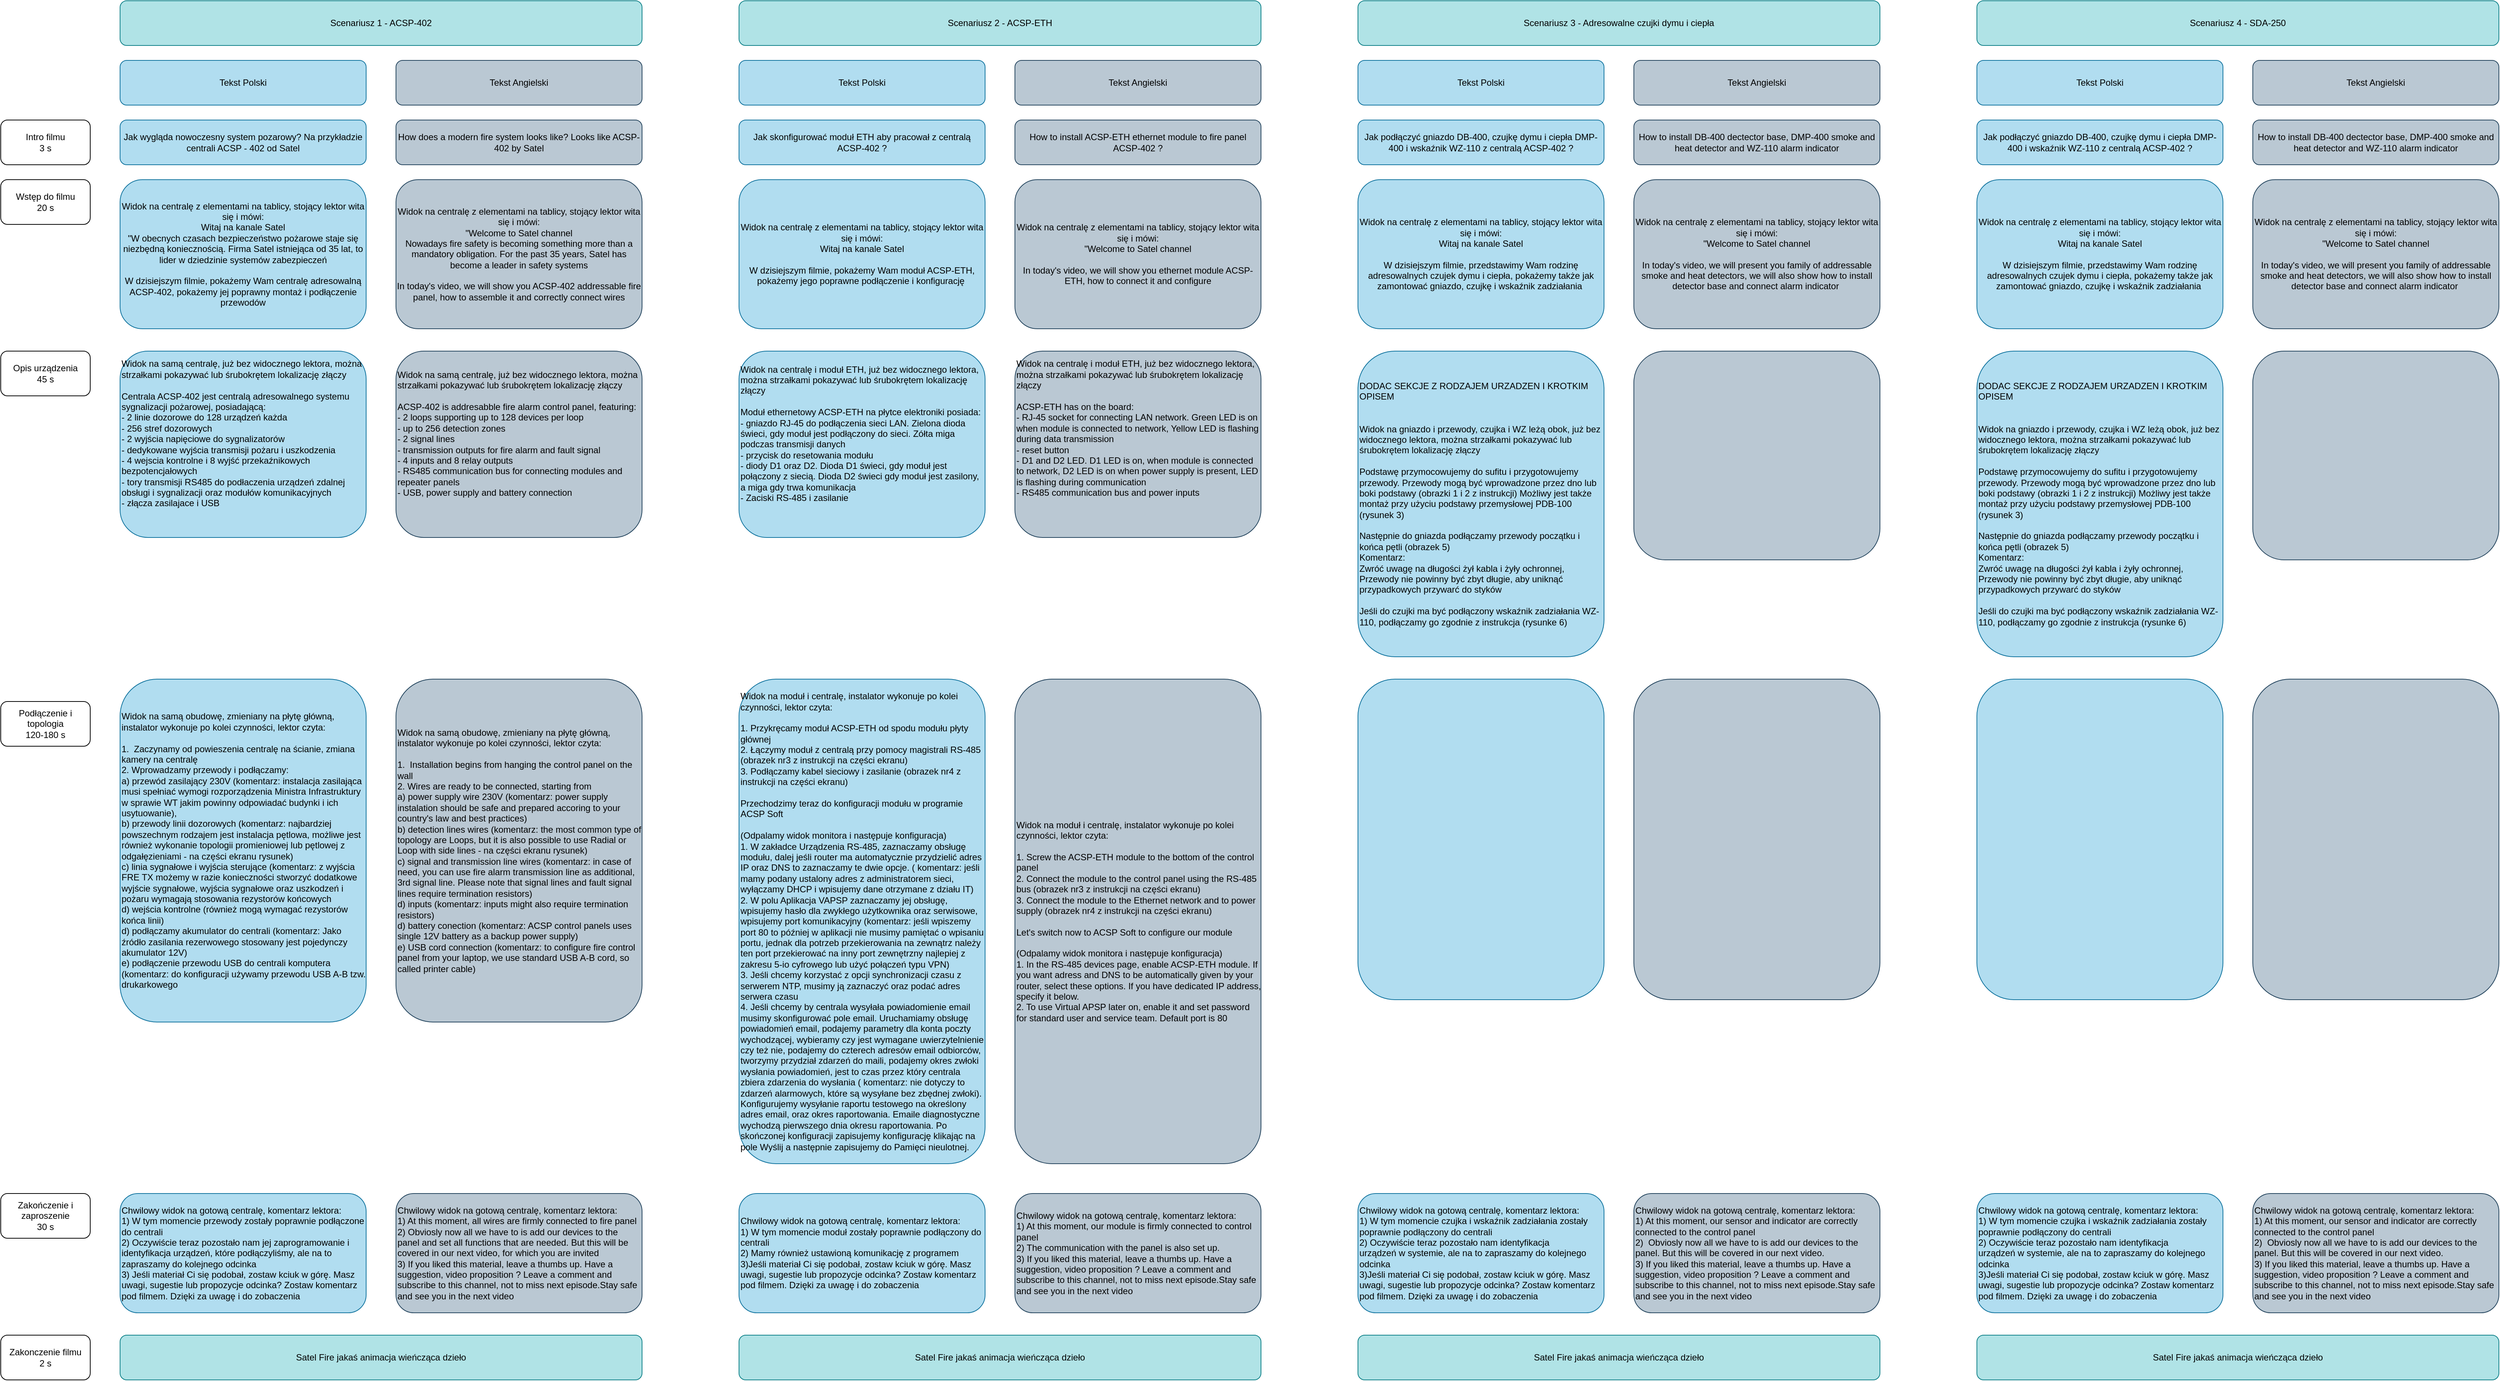
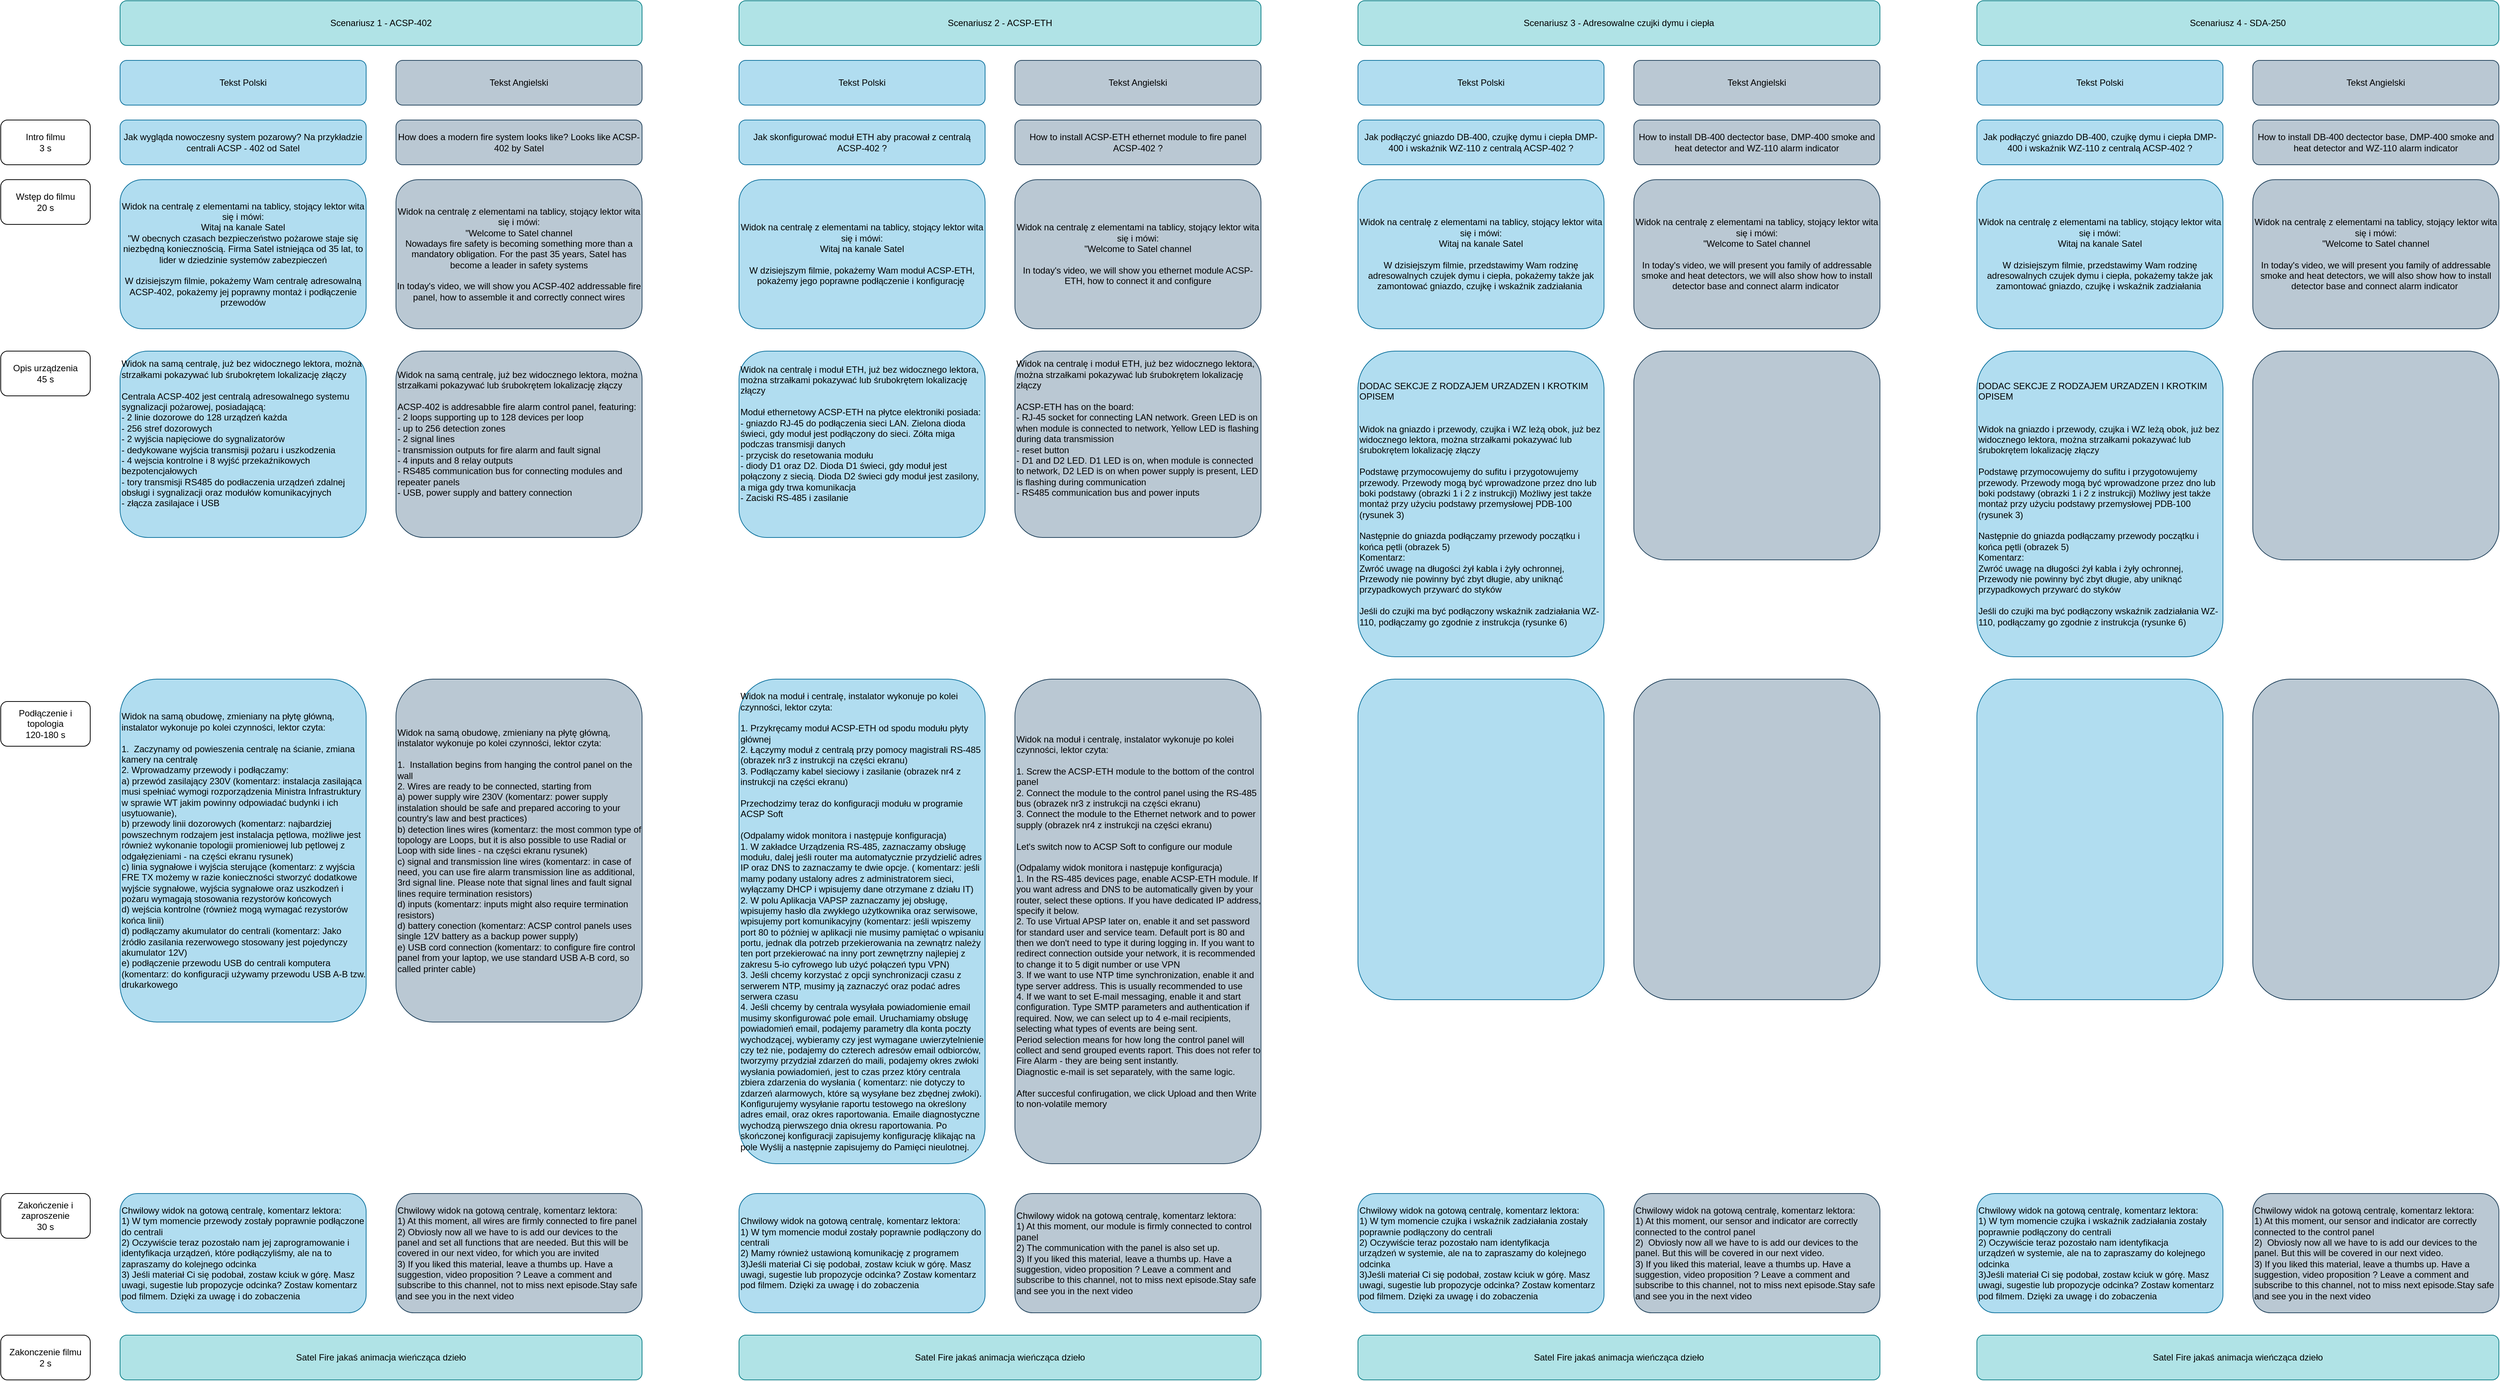
<mxfile host="app.diagrams.net">
  <diagram name="Strona-1" id="z8KAe0LmT8Zc7_pRFNcT">
    <mxGraphModel dx="744" dy="2003" grid="1" gridSize="10" guides="1" tooltips="1" connect="1" arrows="1" fold="1" page="1" pageScale="1" pageWidth="827" pageHeight="1169" math="0" shadow="0">
      <root>
        <mxCell id="0" />
        <mxCell id="1" parent="0" />
        <mxCell id="0EHHFv7u1sgkDXgEne3z-1" parent="1" style="rounded=1;whiteSpace=wrap;html=1;align=left;fillColor=#b1ddf0;strokeColor=#10739e;" value="&lt;div align=&quot;left&quot;&gt;Widok na samą obudowę, zmieniany na płytę główną, instalator wykonuje po kolei czynności, lektor czyta:&lt;/div&gt;&lt;div align=&quot;left&quot;&gt;&lt;br&gt;&lt;/div&gt;&lt;div align=&quot;left&quot;&gt;1.&amp;nbsp; Zaczynamy od powieszenia centralę na ścianie, zmiana kamery na centralę&lt;/div&gt;&lt;div align=&quot;left&quot;&gt;2. Wprowadzamy przewody i podłączamy:&amp;nbsp;&lt;/div&gt;&lt;div align=&quot;left&quot;&gt;a) przewód zasilający 230V (komentarz: instalacja zasilająca musi spełniać wymogi rozporządzenia Ministra Infrastruktury w sprawie WT jakim powinny odpowiadać budynki i ich usytuowanie),&amp;nbsp;&lt;/div&gt;&lt;div align=&quot;left&quot;&gt;b) przewody linii dozorowych (komentarz: najbardziej powszechnym rodzajem jest instalacja pętlowa, możliwe jest również wykonanie topologii promieniowej lub pętlowej z odgałęzieniami - na części ekranu rysunek)&lt;/div&gt;&lt;div align=&quot;left&quot;&gt;c) linia sygnałowe i wyjścia sterujące (komentarz: z wyjścia FRE TX możemy w razie konieczności stworzyć dodatkowe wyjście sygnałowe, wyjścia sygnałowe oraz uszkodzeń i pożaru wymagają stosowania rezystorów końcowych&lt;/div&gt;&lt;div align=&quot;left&quot;&gt;d) wejścia kontrolne (również mogą wymagać rezystorów końca linii)&lt;/div&gt;&lt;div align=&quot;left&quot;&gt;d) podłączamy akumulator do centrali (komentarz:&amp;nbsp;Jako źródło zasilania rezerwowego stosowany jest pojedynczy akumulator 12V)&lt;/div&gt;&lt;div align=&quot;left&quot;&gt;e) podłączenie przewodu USB do centrali komputera (komentarz: do konfiguracji używamy przewodu USB A-B tzw. drukarkowego&lt;/div&gt;" vertex="1">
          <mxGeometry height="460" width="330" x="1080" y="790" as="geometry" />
        </mxCell>
        <mxCell id="0EHHFv7u1sgkDXgEne3z-2" parent="1" style="rounded=1;whiteSpace=wrap;html=1;fillColor=#b1ddf0;strokeColor=#10739e;" value="&lt;div&gt;Jak wygląda nowoczesny system pozarowy? Na przykładzie centrali ACSP - 402 od Satel&lt;/div&gt;" vertex="1">
          <mxGeometry height="60" width="330" x="1080" y="40" as="geometry" />
        </mxCell>
        <mxCell id="0EHHFv7u1sgkDXgEne3z-3" parent="1" style="rounded=1;whiteSpace=wrap;html=1;" value="&lt;div&gt;Wstęp do filmu&lt;/div&gt;&lt;div&gt;20 s&lt;/div&gt;" vertex="1">
          <mxGeometry height="60" width="120" x="920" y="120" as="geometry" />
        </mxCell>
        <mxCell id="0EHHFv7u1sgkDXgEne3z-4" parent="1" style="rounded=1;whiteSpace=wrap;html=1;fillColor=#b1ddf0;strokeColor=#10739e;" value="&lt;div&gt;Widok na centralę z elementami na tablicy, stojący lektor wita się i mówi:&lt;/div&gt;&lt;div&gt;Witaj na kanale Satel&lt;/div&gt;&lt;div&gt;&quot;W obecnych czasach bezpieczeństwo pożarowe staje się niezbędną koniecznością. Firma Satel istniejąca od 35 lat, to lider w dziedzinie systemów zabezpieczeń&lt;/div&gt;&lt;div&gt;&lt;br&gt;&lt;/div&gt;&lt;div&gt;W dzisiejszym filmie, pokażemy Wam centralę adresowalną ACSP-402, pokażemy jej poprawny montaż i podłączenie przewodów&lt;/div&gt;" vertex="1">
          <mxGeometry height="200" width="330" x="1080" y="120" as="geometry" />
        </mxCell>
        <mxCell id="0EHHFv7u1sgkDXgEne3z-5" parent="1" style="rounded=1;whiteSpace=wrap;html=1;" value="&lt;div&gt;Opis urządzenia&lt;/div&gt;&lt;div&gt;45 s&lt;/div&gt;" vertex="1">
          <mxGeometry height="60" width="120" x="920" y="350" as="geometry" />
        </mxCell>
        <mxCell id="0EHHFv7u1sgkDXgEne3z-6" parent="1" style="rounded=1;whiteSpace=wrap;html=1;align=left;fillColor=#b1ddf0;strokeColor=#10739e;" value="&lt;div align=&quot;left&quot;&gt;Widok na samą centralę, już bez widocznego lektora, można strzałkami pokazywać lub śrubokrętem lokalizację złączy&lt;/div&gt;&lt;div align=&quot;left&quot;&gt;&lt;br&gt;&lt;/div&gt;&lt;div align=&quot;left&quot;&gt;Centrala ACSP-402 jest centralą adresowalnego systemu sygnalizacji pożarowej, posiadającą:&lt;/div&gt;&lt;div align=&quot;left&quot;&gt;- 2 linie dozorowe do 128 urządzeń każda&lt;/div&gt;&lt;div align=&quot;left&quot;&gt;- 256 stref dozorowych&lt;/div&gt;&lt;div align=&quot;left&quot;&gt;- 2 wyjścia napięciowe do sygnalizatorów&lt;/div&gt;&lt;div align=&quot;left&quot;&gt;- dedykowane wyjścia transmisji pożaru i uszkodzenia&lt;/div&gt;&lt;div align=&quot;left&quot;&gt;- 4 wejscia kontrolne i 8 wyjść przekaźnikowych bezpotencjałowych&lt;/div&gt;&lt;div align=&quot;left&quot;&gt;- tory transmisji RS485 do podłaczenia urządzeń zdalnej obsługi i sygnalizacji oraz modułów komunikacyjnych&amp;nbsp;&lt;/div&gt;&lt;div align=&quot;left&quot;&gt;- złącza zasilajace i USB&lt;/div&gt;&lt;div align=&quot;left&quot;&gt;&lt;br&gt;&lt;/div&gt;&lt;div align=&quot;left&quot;&gt;&lt;br&gt;&lt;/div&gt;" vertex="1">
          <mxGeometry height="250" width="330" x="1080" y="350" as="geometry" />
        </mxCell>
        <mxCell id="0EHHFv7u1sgkDXgEne3z-7" parent="1" style="rounded=1;whiteSpace=wrap;html=1;" value="&lt;div&gt;Podłączenie i topologia&lt;/div&gt;&lt;div&gt;120-180 s&lt;/div&gt;" vertex="1">
          <mxGeometry height="60" width="120" x="920" y="820" as="geometry" />
        </mxCell>
        <mxCell id="0EHHFv7u1sgkDXgEne3z-8" parent="1" style="rounded=1;whiteSpace=wrap;html=1;" value="&lt;div&gt;Intro filmu&lt;/div&gt;&lt;div&gt;3 s&lt;/div&gt;" vertex="1">
          <mxGeometry height="60" width="120" x="920" y="40" as="geometry" />
        </mxCell>
        <mxCell id="0EHHFv7u1sgkDXgEne3z-9" parent="1" style="rounded=1;whiteSpace=wrap;html=1;fillColor=#b1ddf0;strokeColor=#10739e;" value="Tekst Polski" vertex="1">
          <mxGeometry height="60" width="330" x="1080" y="-40" as="geometry" />
        </mxCell>
        <mxCell id="0EHHFv7u1sgkDXgEne3z-10" parent="1" style="rounded=1;whiteSpace=wrap;html=1;fillColor=#bac8d3;strokeColor=#23445d;" value="Tekst Angielski" vertex="1">
          <mxGeometry height="60" width="330" x="1450" y="-40" as="geometry" />
        </mxCell>
        <mxCell id="0EHHFv7u1sgkDXgEne3z-11" parent="1" style="rounded=1;whiteSpace=wrap;html=1;fillColor=#b0e3e6;strokeColor=#0e8088;" value="Scenariusz 1 - ACSP-402" vertex="1">
          <mxGeometry height="60" width="700" x="1080" y="-120" as="geometry" />
        </mxCell>
        <mxCell id="0EHHFv7u1sgkDXgEne3z-12" parent="1" style="rounded=1;whiteSpace=wrap;html=1;" value="&lt;div&gt;Zakończenie i zaproszenie&lt;/div&gt;&lt;div&gt;30 s&lt;/div&gt;" vertex="1">
          <mxGeometry height="60" width="120" x="920" y="1480" as="geometry" />
        </mxCell>
        <mxCell id="0EHHFv7u1sgkDXgEne3z-13" parent="1" style="rounded=1;whiteSpace=wrap;html=1;align=left;fillColor=#b1ddf0;strokeColor=#10739e;" value="&lt;div&gt;Chwilowy widok na gotową centralę, komentarz lektora:&lt;/div&gt;&lt;div&gt;1) W tym momencie przewody zostały poprawnie podłączone do centrali&lt;/div&gt;&lt;div&gt;2) Oczywiście teraz pozostało nam jej zaprogramowanie i identyfikacja urządzeń, które podłączyliśmy, ale na to zapraszamy do kolejnego odcinka&lt;/div&gt;&lt;div&gt;3) Jeśli materiał Ci się podobał, zostaw kciuk w górę. Masz uwagi, sugestie lub propozycje odcinka? Zostaw komentarz pod filmem. Dzięki za uwagę i do zobaczenia&lt;/div&gt;" vertex="1">
          <mxGeometry height="160" width="330" x="1080" y="1480" as="geometry" />
        </mxCell>
        <mxCell id="0EHHFv7u1sgkDXgEne3z-14" parent="1" style="rounded=1;whiteSpace=wrap;html=1;fillColor=#b0e3e6;strokeColor=#0e8088;" value="Satel Fire jakaś animacja wieńcząca dzieło" vertex="1">
          <mxGeometry height="60" width="700" x="1080" y="1670" as="geometry" />
        </mxCell>
        <mxCell id="0EHHFv7u1sgkDXgEne3z-15" parent="1" style="rounded=1;whiteSpace=wrap;html=1;" value="&lt;div&gt;Zakonczenie filmu&lt;/div&gt;&lt;div&gt;2 s&lt;/div&gt;" vertex="1">
          <mxGeometry height="60" width="120" x="920" y="1670" as="geometry" />
        </mxCell>
        <mxCell id="0EHHFv7u1sgkDXgEne3z-16" parent="1" style="rounded=1;whiteSpace=wrap;html=1;align=left;fillColor=#bac8d3;strokeColor=#23445d;" value="&lt;div&gt;Chwilowy widok na gotową centralę, komentarz lektora:&lt;/div&gt;&lt;div&gt;1) At this moment, all wires are firmly connected to fire panel&lt;/div&gt;&lt;div&gt;2) Obviosly now all we have to is add our devices to the panel and set all functions that are needed. But this will be covered in our next video, for which you are invited&amp;nbsp;&lt;/div&gt;&lt;div&gt;3) If you liked this material, leave a thumbs up. Have a suggestion, video proposition ? Leave a comment and subscribe to this channel, not to miss next episode.Stay safe and see you in the next video&lt;/div&gt;" vertex="1">
          <mxGeometry height="160" width="330" x="1450" y="1480" as="geometry" />
        </mxCell>
        <mxCell id="0EHHFv7u1sgkDXgEne3z-17" parent="1" style="rounded=1;whiteSpace=wrap;html=1;fillColor=#bac8d3;strokeColor=#23445d;" value="How does a modern fire system looks like? Looks like ACSP-402 by Satel" vertex="1">
          <mxGeometry height="60" width="330" x="1450" y="40" as="geometry" />
        </mxCell>
        <mxCell id="0EHHFv7u1sgkDXgEne3z-18" parent="1" style="rounded=1;whiteSpace=wrap;html=1;fillColor=#bac8d3;strokeColor=#23445d;" value="&lt;div&gt;Widok na centralę z elementami na tablicy, stojący lektor wita się i mówi:&lt;/div&gt;&lt;div&gt;&quot;Welcome to Satel channel&lt;/div&gt;&lt;div&gt;Nowadays fire safety is becoming something more than a mandatory obligation. For the past 35 years, Satel has become a leader in safety systems&lt;/div&gt;&lt;div&gt;&lt;br&gt;&lt;/div&gt;&lt;div&gt;In today&#39;s video, we will show you ACSP-402 addressable fire panel, how to assemble it and correctly connect wires&lt;/div&gt;" vertex="1">
          <mxGeometry height="200" width="330" x="1450" y="120" as="geometry" />
        </mxCell>
        <mxCell id="0EHHFv7u1sgkDXgEne3z-19" parent="1" style="rounded=1;whiteSpace=wrap;html=1;align=left;fillColor=#bac8d3;strokeColor=#23445d;" value="&lt;div align=&quot;left&quot;&gt;Widok na samą centralę, już bez widocznego lektora, można strzałkami pokazywać lub śrubokrętem lokalizację złączy&lt;/div&gt;&lt;div align=&quot;left&quot;&gt;&lt;br&gt;&lt;/div&gt;&lt;div align=&quot;left&quot;&gt;ACSP-402&amp;nbsp;is addresabble fire alarm control panel, featuring:&lt;/div&gt;&lt;div align=&quot;left&quot;&gt;- 2 loops supporting up to 128 devices per loop&lt;/div&gt;&lt;div align=&quot;left&quot;&gt;- up to 256 detection zones&lt;/div&gt;&lt;div align=&quot;left&quot;&gt;- 2 signal lines&lt;/div&gt;&lt;div align=&quot;left&quot;&gt;- transmission outputs for fire alarm and fault signal&lt;/div&gt;&lt;div align=&quot;left&quot;&gt;- 4 inputs and 8 relay outputs&lt;/div&gt;&lt;div align=&quot;left&quot;&gt;- RS485 communication bus for connecting modules and repeater panels&amp;nbsp;&lt;/div&gt;&lt;div align=&quot;left&quot;&gt;- USB, power supply and battery connection&lt;/div&gt;&lt;div align=&quot;left&quot;&gt;&lt;br&gt;&lt;/div&gt;&lt;div align=&quot;left&quot;&gt;&lt;br&gt;&lt;/div&gt;" vertex="1">
          <mxGeometry height="250" width="330" x="1450" y="350" as="geometry" />
        </mxCell>
        <mxCell id="0EHHFv7u1sgkDXgEne3z-20" parent="1" style="rounded=1;whiteSpace=wrap;html=1;align=left;fillColor=#bac8d3;strokeColor=#23445d;" value="&lt;div align=&quot;left&quot;&gt;Widok na samą obudowę, zmieniany na płytę główną, instalator wykonuje po kolei czynności, lektor czyta:&lt;/div&gt;&lt;div align=&quot;left&quot;&gt;&lt;br&gt;&lt;/div&gt;&lt;div align=&quot;left&quot;&gt;1.&amp;nbsp; Installation begins from hanging the control panel on the wall&lt;/div&gt;&lt;div align=&quot;left&quot;&gt;2. Wires are ready to be connected, starting from&lt;/div&gt;&lt;div align=&quot;left&quot;&gt;a) power supply wire 230V (komentarz: power supply instalation should be safe and prepared accoring to your country&#39;s law and best practices)&lt;/div&gt;&lt;div align=&quot;left&quot;&gt;b) detection lines wires (komentarz: the most common type of topology are Loops, but it is also possible to use Radial or Loop with side lines - na części ekranu rysunek)&lt;/div&gt;&lt;div align=&quot;left&quot;&gt;c) signal and transmission line wires (komentarz: in case of need, you can use fire alarm transmission line as additional, 3rd signal line. Please note that signal lines and fault signal lines require termination resistors)&lt;/div&gt;&lt;div align=&quot;left&quot;&gt;d) inputs (komentarz: inputs might also require termination resistors)&lt;/div&gt;&lt;div align=&quot;left&quot;&gt;d) battery conection (komentarz: ACSP control panels uses single 12V battery as a backup power supply)&lt;/div&gt;&lt;div align=&quot;left&quot;&gt;e) USB cord connection (komentarz: to configure fire control panel from your laptop, we use standard USB A-B cord, so called printer cable)&lt;/div&gt;" vertex="1">
          <mxGeometry height="460" width="330" x="1450" y="790" as="geometry" />
        </mxCell>
        <mxCell id="6_1prXv-E_gUM5x_UOCS-1" parent="1" style="rounded=1;whiteSpace=wrap;html=1;align=left;fillColor=#b1ddf0;strokeColor=#10739e;" value="&lt;div align=&quot;left&quot;&gt;Widok na moduł i centralę, instalator wykonuje po kolei czynności, lektor czyta:&lt;/div&gt;&lt;div align=&quot;left&quot;&gt;&lt;br&gt;&lt;/div&gt;&lt;div align=&quot;left&quot;&gt;1. Przykręcamy moduł ACSP-ETH od spodu modułu płyty głównej&lt;/div&gt;&lt;div align=&quot;left&quot;&gt;2. Łączymy moduł z centralą przy pomocy magistrali RS-485 (obrazek nr3 z instrukcji na części ekranu)&lt;/div&gt;&lt;div align=&quot;left&quot;&gt;3. Podłączamy kabel sieciowy i zasilanie (obrazek nr4 z instrukcji na części ekranu)&amp;nbsp;&lt;/div&gt;&lt;div align=&quot;left&quot;&gt;&lt;br&gt;&lt;/div&gt;&lt;div align=&quot;left&quot;&gt;Przechodzimy teraz do konfiguracji modułu w programie ACSP Soft&lt;/div&gt;&lt;div align=&quot;left&quot;&gt;&lt;br&gt;&lt;/div&gt;&lt;div align=&quot;left&quot;&gt;(Odpalamy widok monitora i następuje konfiguracja)&lt;/div&gt;&lt;div align=&quot;left&quot;&gt;1. W zakładce Urządzenia RS-485, zaznaczamy obsługę modułu, dalej jeśli router ma automatycznie przydzielić adres IP oraz DNS to zaznaczamy te dwie opcje. ( komentarz: jeśli mamy podany ustalony adres z administratorem sieci, wyłączamy DHCP i wpisujemy dane otrzymane z działu IT)&lt;/div&gt;&lt;div align=&quot;left&quot;&gt;2. W polu Aplikacja VAPSP zaznaczamy jej obsługę, wpisujemy hasło dla zwykłego użytkownika oraz serwisowe, wpisujemy port komunikacyjny (komentarz: jeśli wpiszemy port 80 to później w aplikacji nie musimy pamiętać o wpisaniu portu, jednak dla potrzeb przekierowania na zewnątrz należy ten port przekierować na inny port zewnętrzny najlepiej z zakresu 5-io cyfrowego lub użyć połączeń typu VPN)&lt;/div&gt;&lt;div align=&quot;left&quot;&gt;3. Jeśli chcemy korzystać z opcji synchronizacji czasu z serwerem NTP, musimy ją zaznaczyć oraz podać adres serwera czasu&lt;/div&gt;&lt;div align=&quot;left&quot;&gt;4. Jeśli chcemy by centrala wysyłała powiadomienie email musimy skonfigurować pole email. Uruchamiamy obsługę powiadomień email, podajemy parametry dla konta poczty wychodzącej, wybieramy czy jest wymagane uwierzytelnienie czy też nie, podajemy do czterech adresów email odbiorców, tworzymy przydział zdarzeń do maili, podajemy okres zwłoki wysłania powiadomień, jest to czas przez który centrala zbiera zdarzenia do wysłania ( komentarz: nie dotyczy to zdarzeń alarmowych, które są wysyłane bez zbędnej zwłoki). Konfigurujemy wysyłanie raportu testowego na określony adres email, oraz okres raportowania. Emaile diagnostyczne wychodzą pierwszego dnia okresu raportowania. Po skończonej konfiguracji zapisujemy konfigurację klikając na pole Wyślij a następnie zapisujemy do Pamięci nieulotnej.&lt;/div&gt;" vertex="1">
          <mxGeometry height="650" width="330" x="1910" y="790" as="geometry" />
        </mxCell>
        <mxCell id="6_1prXv-E_gUM5x_UOCS-2" parent="1" style="rounded=1;whiteSpace=wrap;html=1;fillColor=#b1ddf0;strokeColor=#10739e;" value="Jak skonfigurować moduł ETH aby pracował z centralą ACSP-402 ?" vertex="1">
          <mxGeometry height="60" width="330" x="1910" y="40" as="geometry" />
        </mxCell>
        <mxCell id="6_1prXv-E_gUM5x_UOCS-3" parent="1" style="rounded=1;whiteSpace=wrap;html=1;fillColor=#b1ddf0;strokeColor=#10739e;" value="&lt;div&gt;Widok na centralę z elementami na tablicy, stojący lektor wita się i mówi:&lt;/div&gt;&lt;div&gt;Witaj na kanale Satel&lt;/div&gt;&lt;div&gt;&lt;br&gt;&lt;/div&gt;&lt;div&gt;W dzisiejszym filmie, pokażemy Wam moduł ACSP-ETH, pokażemy jego poprawne podłączenie i konfigurację&amp;nbsp;&lt;/div&gt;" vertex="1">
          <mxGeometry height="200" width="330" x="1910" y="120" as="geometry" />
        </mxCell>
        <mxCell id="6_1prXv-E_gUM5x_UOCS-4" parent="1" style="rounded=1;whiteSpace=wrap;html=1;align=left;fillColor=#b1ddf0;strokeColor=#10739e;" value="&lt;div align=&quot;left&quot;&gt;Widok na centralę i moduł ETH, już bez widocznego lektora, można strzałkami pokazywać lub śrubokrętem lokalizację złączy&lt;/div&gt;&lt;div align=&quot;left&quot;&gt;&lt;br&gt;&lt;/div&gt;&lt;div align=&quot;left&quot;&gt;Moduł ethernetowy ACSP-ETH na płytce elektroniki posiada:&lt;/div&gt;&lt;div align=&quot;left&quot;&gt;- gniazdo RJ-45 do podłączenia sieci LAN. Zielona dioda świeci, gdy moduł jest podłączony do sieci. Zółta miga podczas transmisji danych&lt;/div&gt;&lt;div align=&quot;left&quot;&gt;- przycisk do resetowania modułu&lt;/div&gt;&lt;div align=&quot;left&quot;&gt;- diody D1 oraz D2. Dioda D1 świeci, gdy moduł jest połączony z siecią. Dioda D2 świeci gdy moduł jest zasilony, a miga gdy trwa komunikacja&lt;/div&gt;&lt;div align=&quot;left&quot;&gt;- Zaciski RS-485 i zasilanie&lt;/div&gt;&lt;div align=&quot;left&quot;&gt;&lt;br&gt;&lt;/div&gt;&lt;div align=&quot;left&quot;&gt;&lt;br&gt;&lt;/div&gt;" vertex="1">
          <mxGeometry height="250" width="330" x="1910" y="350" as="geometry" />
        </mxCell>
        <mxCell id="6_1prXv-E_gUM5x_UOCS-5" parent="1" style="rounded=1;whiteSpace=wrap;html=1;fillColor=#b1ddf0;strokeColor=#10739e;" value="Tekst Polski" vertex="1">
          <mxGeometry height="60" width="330" x="1910" y="-40" as="geometry" />
        </mxCell>
        <mxCell id="6_1prXv-E_gUM5x_UOCS-6" parent="1" style="rounded=1;whiteSpace=wrap;html=1;fillColor=#bac8d3;strokeColor=#23445d;" value="Tekst Angielski" vertex="1">
          <mxGeometry height="60" width="330" x="2280" y="-40" as="geometry" />
        </mxCell>
        <mxCell id="6_1prXv-E_gUM5x_UOCS-7" parent="1" style="rounded=1;whiteSpace=wrap;html=1;fillColor=#b0e3e6;strokeColor=#0e8088;" value="Scenariusz 2 - ACSP-ETH" vertex="1">
          <mxGeometry height="60" width="700" x="1910" y="-120" as="geometry" />
        </mxCell>
        <mxCell id="6_1prXv-E_gUM5x_UOCS-8" parent="1" style="rounded=1;whiteSpace=wrap;html=1;align=left;fillColor=#b1ddf0;strokeColor=#10739e;" value="&lt;div&gt;Chwilowy widok na gotową centralę, komentarz lektora:&lt;/div&gt;&lt;div&gt;1) W tym momencie moduł zostały poprawnie podłączony do centrali&lt;/div&gt;&lt;div&gt;2) Mamy również ustawioną komunikację z programem&lt;/div&gt;&lt;div&gt;3)Jeśli materiał Ci się podobał, zostaw kciuk w górę. Masz uwagi, sugestie lub propozycje odcinka? Zostaw komentarz pod filmem. Dzięki za uwagę i do zobaczenia&lt;/div&gt;" vertex="1">
          <mxGeometry height="160" width="330" x="1910" y="1480" as="geometry" />
        </mxCell>
        <mxCell id="6_1prXv-E_gUM5x_UOCS-9" parent="1" style="rounded=1;whiteSpace=wrap;html=1;fillColor=#b0e3e6;strokeColor=#0e8088;" value="Satel Fire jakaś animacja wieńcząca dzieło" vertex="1">
          <mxGeometry height="60" width="700" x="1910" y="1670" as="geometry" />
        </mxCell>
        <mxCell id="6_1prXv-E_gUM5x_UOCS-10" parent="1" style="rounded=1;whiteSpace=wrap;html=1;align=left;fillColor=#bac8d3;strokeColor=#23445d;" value="&lt;div&gt;Chwilowy widok na gotową centralę, komentarz lektora:&lt;/div&gt;&lt;div&gt;1) At this moment, our module is firmly connected to control panel&lt;/div&gt;&lt;div&gt;2) The communication with the panel is also set up.&lt;/div&gt;&lt;div&gt;3) If you liked this material, leave a thumbs up. Have a suggestion, video proposition ? Leave a comment and subscribe to this channel, not to miss next episode.Stay safe and see you in the next video&lt;/div&gt;" vertex="1">
          <mxGeometry height="160" width="330" x="2280" y="1480" as="geometry" />
        </mxCell>
        <mxCell id="6_1prXv-E_gUM5x_UOCS-11" parent="1" style="rounded=1;whiteSpace=wrap;html=1;fillColor=#bac8d3;strokeColor=#23445d;" value="How to install ACSP-ETH ethernet module to fire panel ACSP-402 ?" vertex="1">
          <mxGeometry height="60" width="330" x="2280" y="40" as="geometry" />
        </mxCell>
        <mxCell id="6_1prXv-E_gUM5x_UOCS-12" parent="1" style="rounded=1;whiteSpace=wrap;html=1;fillColor=#bac8d3;strokeColor=#23445d;" value="&lt;div&gt;Widok na centralę z elementami na tablicy, stojący lektor wita się i mówi:&lt;/div&gt;&lt;div&gt;&quot;Welcome to Satel channel&lt;/div&gt;&lt;div&gt;&lt;br&gt;&lt;/div&gt;&lt;div&gt;In today&#39;s video, we will show you ethernet module ACSP-ETH, how to connect it and configure&lt;/div&gt;" vertex="1">
          <mxGeometry height="200" width="330" x="2280" y="120" as="geometry" />
        </mxCell>
        <mxCell id="6_1prXv-E_gUM5x_UOCS-13" parent="1" style="rounded=1;whiteSpace=wrap;html=1;align=left;fillColor=#bac8d3;strokeColor=#23445d;" value="&lt;div align=&quot;left&quot;&gt;Widok na centralę i moduł ETH, już bez widocznego lektora, można strzałkami pokazywać lub śrubokrętem lokalizację złączy&lt;/div&gt;&lt;div align=&quot;left&quot;&gt;&lt;br&gt;&lt;/div&gt;&lt;div align=&quot;left&quot;&gt;ACSP-ETH has on the board:&lt;/div&gt;&lt;div align=&quot;left&quot;&gt;- RJ-45 socket for connecting LAN network. Green LED is on when module is connected to network, Yellow LED is flashing during data transmission&lt;/div&gt;&lt;div align=&quot;left&quot;&gt;- reset button&lt;/div&gt;&lt;div align=&quot;left&quot;&gt;- D1 and D2 LED. D1 LED is on, when module is connected to network, D2 LED is on when power supply is present, LED is flashing during communication&lt;/div&gt;&lt;div align=&quot;left&quot;&gt;-&amp;nbsp;RS485 communication bus and power inputs&lt;/div&gt;&lt;div align=&quot;left&quot;&gt;&lt;br&gt;&lt;/div&gt;&lt;div align=&quot;left&quot;&gt;&lt;br&gt;&lt;br&gt;&lt;/div&gt;" vertex="1">
          <mxGeometry height="250" width="330" x="2280" y="350" as="geometry" />
        </mxCell>
-         <mxCell id="6_1prXv-E_gUM5x_UOCS-14" parent="1" style="rounded=1;whiteSpace=wrap;html=1;align=left;fillColor=#bac8d3;strokeColor=#23445d;" value="&lt;br&gt;&lt;div align=&quot;left&quot;&gt;Widok na moduł i centralę, instalator wykonuje po kolei czynności, lektor czyta:&lt;/div&gt;&lt;div align=&quot;left&quot;&gt;&lt;br&gt;&lt;/div&gt;&lt;div align=&quot;left&quot;&gt;1. Screw the ACSP-ETH module to the bottom of the control panel&lt;/div&gt;&lt;div align=&quot;left&quot;&gt;2. Connect the module to the control panel using the RS-485 bus (obrazek nr3 z instrukcji na części ekranu)&lt;div align=&quot;left&quot;&gt;3. Connect the module to the Ethernet network and to power supply (obrazek nr4 z instrukcji na części ekranu)&amp;nbsp;&lt;/div&gt;&lt;/div&gt;&lt;div align=&quot;left&quot;&gt;&lt;br&gt;&lt;/div&gt;&lt;div align=&quot;left&quot;&gt;Let&#39;s switch now to ACSP Soft to configure our module&lt;/div&gt;&lt;div align=&quot;left&quot;&gt;&lt;br&gt;&lt;/div&gt;&lt;div align=&quot;left&quot;&gt;(Odpalamy widok monitora i następuje konfiguracja)&lt;/div&gt;&lt;div align=&quot;left&quot;&gt;1. In the RS-485 devices page, enable ACSP-ETH module. If you want adress and DNS to be automatically given by your router, select these options. If you have dedicated IP address, specify it below.&lt;/div&gt;&lt;div align=&quot;left&quot;&gt;2. To use Virtual APSP later on, enable it and set password for standard user and service team. Default port is 80&lt;/div&gt;&lt;div&gt;&lt;br&gt;&lt;/div&gt;" vertex="1">
+         <mxCell id="6_1prXv-E_gUM5x_UOCS-14" parent="1" style="rounded=1;whiteSpace=wrap;html=1;align=left;fillColor=#bac8d3;strokeColor=#23445d;" value="&lt;br&gt;&lt;div align=&quot;left&quot;&gt;Widok na moduł i centralę, instalator wykonuje po kolei czynności, lektor czyta:&lt;/div&gt;&lt;div align=&quot;left&quot;&gt;&lt;br&gt;&lt;/div&gt;&lt;div align=&quot;left&quot;&gt;1. Screw the ACSP-ETH module to the bottom of the control panel&lt;/div&gt;&lt;div align=&quot;left&quot;&gt;2. Connect the module to the control panel using the RS-485 bus (obrazek nr3 z instrukcji na części ekranu)&lt;div align=&quot;left&quot;&gt;3. Connect the module to the Ethernet network and to power supply (obrazek nr4 z instrukcji na części ekranu)&amp;nbsp;&lt;/div&gt;&lt;/div&gt;&lt;div align=&quot;left&quot;&gt;&lt;br&gt;&lt;/div&gt;&lt;div align=&quot;left&quot;&gt;Let&#39;s switch now to ACSP Soft to configure our module&lt;/div&gt;&lt;div align=&quot;left&quot;&gt;&lt;br&gt;&lt;/div&gt;&lt;div align=&quot;left&quot;&gt;(Odpalamy widok monitora i następuje konfiguracja)&lt;/div&gt;&lt;div align=&quot;left&quot;&gt;1. In the RS-485 devices page, enable ACSP-ETH module. If you want adress and DNS to be automatically given by your router, select these options. If you have dedicated IP address, specify it below.&lt;/div&gt;&lt;div align=&quot;left&quot;&gt;2. To use Virtual APSP later on, enable it and set password for standard user and service team. Default port is 80 and then we don&#39;t need to type it during logging in. If you want to redirect connection outside your network, it is recommended to change it to 5 digit number or use VPN&lt;/div&gt;&lt;div align=&quot;left&quot;&gt;3. If we want to use NTP time synchronization, enable it and type server address. This is usually recommended to use&lt;/div&gt;&lt;div align=&quot;left&quot;&gt;4. If we want to set E-mail messaging, enable it and start configuration. Type SMTP parameters and authentication if required. Now, we can select up to 4 e-mail recipients, selecting what types of events are being sent.&lt;/div&gt;&lt;div align=&quot;left&quot;&gt;Period selection means for how long the control panel will collect and send grouped events raport. This does not refer to Fire Alarm - they are being sent instantly.&lt;/div&gt;&lt;div align=&quot;left&quot;&gt;Diagnostic e-mail is set separately, with the same logic.&lt;/div&gt;&lt;div align=&quot;left&quot;&gt;&lt;br&gt;&lt;/div&gt;&lt;div align=&quot;left&quot;&gt;After succesful confirugation, we click Upload and then Write to non-volatile memory&lt;/div&gt;&lt;div&gt;&lt;br&gt;&lt;/div&gt;" vertex="1">
          <mxGeometry height="650" width="330" x="2280" y="790" as="geometry" />
        </mxCell>
        <mxCell id="0qluF64Sdjj_I7BYTujH-1" parent="1" style="rounded=1;whiteSpace=wrap;html=1;align=left;fillColor=#b1ddf0;strokeColor=#10739e;" value="" vertex="1">
          <mxGeometry height="430" width="330" x="2740" y="790" as="geometry" />
        </mxCell>
        <mxCell id="0qluF64Sdjj_I7BYTujH-2" parent="1" style="rounded=1;whiteSpace=wrap;html=1;fillColor=#b1ddf0;strokeColor=#10739e;" value="Jak podłączyć gniazdo DB-400, czujkę dymu i ciepła DMP-400 i wskaźnik WZ-110 z centralą ACSP-402 ?" vertex="1">
          <mxGeometry height="60" width="330" x="2740" y="40" as="geometry" />
        </mxCell>
        <mxCell id="0qluF64Sdjj_I7BYTujH-3" parent="1" style="rounded=1;whiteSpace=wrap;html=1;fillColor=#b1ddf0;strokeColor=#10739e;" value="&lt;div&gt;Widok na centralę z elementami na tablicy, stojący lektor wita się i mówi:&lt;/div&gt;&lt;div&gt;Witaj na kanale Satel&lt;/div&gt;&lt;div&gt;&lt;br&gt;&lt;/div&gt;&lt;div&gt;W dzisiejszym filmie, przedstawimy Wam rodzinę adresowalnych czujek dymu i ciepła, pokażemy także jak zamontować gniazdo, czujkę i wskaźnik zadziałania&amp;nbsp;&lt;/div&gt;" vertex="1">
          <mxGeometry height="200" width="330" x="2740" y="120" as="geometry" />
        </mxCell>
        <mxCell id="0qluF64Sdjj_I7BYTujH-4" parent="1" style="rounded=1;whiteSpace=wrap;html=1;align=left;fillColor=#b1ddf0;strokeColor=#10739e;" value="&lt;div align=&quot;left&quot;&gt;&lt;br&gt;&lt;/div&gt;&lt;div align=&quot;left&quot;&gt;DODAC SEKCJE Z RODZAJEM URZADZEN I KROTKIM OPISEM&lt;/div&gt;&lt;div align=&quot;left&quot;&gt;&lt;br&gt;&lt;/div&gt;&lt;div align=&quot;left&quot;&gt;&lt;br&gt;&lt;/div&gt;&lt;div align=&quot;left&quot;&gt;Widok na gniazdo i przewody, czujka i WZ leżą obok, już bez widocznego lektora, można strzałkami pokazywać lub śrubokrętem lokalizację złączy&lt;/div&gt;&lt;div align=&quot;left&quot;&gt;&lt;br&gt;&lt;/div&gt;&lt;div align=&quot;left&quot;&gt;Podstawę przymocowujemy do sufitu i przygotowujemy przewody. Przewody mogą być wprowadzone przez dno lub boki podstawy&amp;nbsp;(obrazki 1 i 2 z instrukcji) Możliwy jest&amp;nbsp;także montaż przy użyciu podstawy przemysłowej PDB-100 (rysunek 3)&lt;/div&gt;&lt;div align=&quot;left&quot;&gt;&lt;br&gt;&lt;/div&gt;&lt;div align=&quot;left&quot;&gt;Następnie do gniazda podłączamy przewody początku i końca pętli (obrazek 5)&amp;nbsp;&amp;nbsp;&lt;/div&gt;&lt;div align=&quot;left&quot;&gt;Komentarz:&lt;/div&gt;&lt;div align=&quot;left&quot;&gt;Zwróć uwagę na długości żył kabla i żyły ochronnej, Przewody nie powinny być zbyt długie, aby uniknąć przypadkowych przywarć do styków&amp;nbsp;&lt;/div&gt;&lt;div align=&quot;left&quot;&gt;&lt;br&gt;&lt;/div&gt;&lt;div align=&quot;left&quot;&gt;Jeśli do czujki ma być podłączony wskaźnik zadziałania WZ-110, podłączamy go zgodnie z instrukcja (rysunke 6)&lt;/div&gt;&lt;div align=&quot;left&quot;&gt;&lt;br&gt;&lt;/div&gt;" vertex="1">
          <mxGeometry height="410" width="330" x="2740" y="350" as="geometry" />
        </mxCell>
        <mxCell id="0qluF64Sdjj_I7BYTujH-5" parent="1" style="rounded=1;whiteSpace=wrap;html=1;fillColor=#b1ddf0;strokeColor=#10739e;" value="Tekst Polski" vertex="1">
          <mxGeometry height="60" width="330" x="2740" y="-40" as="geometry" />
        </mxCell>
        <mxCell id="0qluF64Sdjj_I7BYTujH-6" parent="1" style="rounded=1;whiteSpace=wrap;html=1;fillColor=#bac8d3;strokeColor=#23445d;" value="Tekst Angielski" vertex="1">
          <mxGeometry height="60" width="330" x="3110" y="-40" as="geometry" />
        </mxCell>
        <mxCell id="0qluF64Sdjj_I7BYTujH-7" parent="1" style="rounded=1;whiteSpace=wrap;html=1;fillColor=#b0e3e6;strokeColor=#0e8088;" value="Scenariusz 3 - Adresowalne czujki dymu i ciepła" vertex="1">
          <mxGeometry height="60" width="700" x="2740" y="-120" as="geometry" />
        </mxCell>
        <mxCell id="0qluF64Sdjj_I7BYTujH-8" parent="1" style="rounded=1;whiteSpace=wrap;html=1;align=left;fillColor=#b1ddf0;strokeColor=#10739e;" value="&lt;div&gt;Chwilowy widok na gotową centralę, komentarz lektora:&lt;/div&gt;&lt;div&gt;1) W tym momencie czujka i wskaźnik zadziałania zostały poprawnie podłączony do centrali&lt;/div&gt;&lt;div&gt;2)&amp;nbsp;Oczywiście teraz pozostało nam identyfikacja &lt;br/&gt;urządzeń w systemie, ale na to zapraszamy do kolejnego odcinka&lt;/div&gt;&lt;div&gt;3)Jeśli materiał Ci się podobał, zostaw kciuk w górę. Masz uwagi, sugestie lub propozycje odcinka? Zostaw komentarz pod filmem. Dzięki za uwagę i do zobaczenia&lt;/div&gt;" vertex="1">
          <mxGeometry height="160" width="330" x="2740" y="1480" as="geometry" />
        </mxCell>
        <mxCell id="0qluF64Sdjj_I7BYTujH-9" parent="1" style="rounded=1;whiteSpace=wrap;html=1;fillColor=#b0e3e6;strokeColor=#0e8088;" value="Satel Fire jakaś animacja wieńcząca dzieło" vertex="1">
          <mxGeometry height="60" width="700" x="2740" y="1670" as="geometry" />
        </mxCell>
        <mxCell id="0qluF64Sdjj_I7BYTujH-10" parent="1" style="rounded=1;whiteSpace=wrap;html=1;align=left;fillColor=#bac8d3;strokeColor=#23445d;" value="&lt;div&gt;Chwilowy widok na gotową centralę, komentarz lektora:&lt;/div&gt;&lt;div&gt;1) At this moment, our sensor and indicator are correctly connected to the control panel&lt;/div&gt;&lt;div&gt;2)&amp;nbsp; Obviosly now all we have to is add our devices to the panel. But this will be covered in our next video.&lt;/div&gt;&lt;div&gt;3) If you liked this material, leave a thumbs up. Have a suggestion, video proposition ? Leave a comment and subscribe to this channel, not to miss next episode.Stay safe and see you in the next video&lt;/div&gt;" vertex="1">
          <mxGeometry height="160" width="330" x="3110" y="1480" as="geometry" />
        </mxCell>
        <mxCell id="0qluF64Sdjj_I7BYTujH-11" parent="1" style="rounded=1;whiteSpace=wrap;html=1;fillColor=#bac8d3;strokeColor=#23445d;" value="How to install DB-400 dectector base, DMP-400 smoke and heat detector and WZ-110 alarm indicator" vertex="1">
          <mxGeometry height="60" width="330" x="3110" y="40" as="geometry" />
        </mxCell>
        <mxCell id="0qluF64Sdjj_I7BYTujH-12" parent="1" style="rounded=1;whiteSpace=wrap;html=1;fillColor=#bac8d3;strokeColor=#23445d;" value="&lt;div&gt;Widok na centralę z elementami na tablicy, stojący lektor wita się i mówi:&lt;/div&gt;&lt;div&gt;&quot;Welcome to Satel channel&lt;/div&gt;&lt;div&gt;&lt;br&gt;&lt;/div&gt;&lt;div&gt;In today&#39;s video, we will present you family of addressable smoke and heat detectors, we will also show how to install detector base and connect alarm indicator&amp;nbsp;&lt;/div&gt;" vertex="1">
          <mxGeometry height="200" width="330" x="3110" y="120" as="geometry" />
        </mxCell>
        <mxCell id="0qluF64Sdjj_I7BYTujH-13" parent="1" style="rounded=1;whiteSpace=wrap;html=1;align=left;fillColor=#bac8d3;strokeColor=#23445d;" value="&lt;br&gt;&lt;div align=&quot;left&quot;&gt;&lt;br&gt;&lt;/div&gt;&lt;div align=&quot;left&quot;&gt;&lt;br&gt;&lt;br&gt;&lt;/div&gt;" vertex="1">
          <mxGeometry height="280" width="330" x="3110" y="350" as="geometry" />
        </mxCell>
        <mxCell id="0qluF64Sdjj_I7BYTujH-14" parent="1" style="rounded=1;whiteSpace=wrap;html=1;align=left;fillColor=#bac8d3;strokeColor=#23445d;" value="" vertex="1">
          <mxGeometry height="430" width="330" x="3110" y="790" as="geometry" />
        </mxCell>
        <mxCell id="0qluF64Sdjj_I7BYTujH-15" parent="1" style="rounded=1;whiteSpace=wrap;html=1;align=left;fillColor=#b1ddf0;strokeColor=#10739e;" value="" vertex="1">
          <mxGeometry height="430" width="330" x="3570" y="790" as="geometry" />
        </mxCell>
        <mxCell id="0qluF64Sdjj_I7BYTujH-16" parent="1" style="rounded=1;whiteSpace=wrap;html=1;fillColor=#b1ddf0;strokeColor=#10739e;" value="Jak podłączyć gniazdo DB-400, czujkę dymu i ciepła DMP-400 i wskaźnik WZ-110 z centralą ACSP-402 ?" vertex="1">
          <mxGeometry height="60" width="330" x="3570" y="40" as="geometry" />
        </mxCell>
        <mxCell id="0qluF64Sdjj_I7BYTujH-17" parent="1" style="rounded=1;whiteSpace=wrap;html=1;fillColor=#b1ddf0;strokeColor=#10739e;" value="&lt;div&gt;Widok na centralę z elementami na tablicy, stojący lektor wita się i mówi:&lt;/div&gt;&lt;div&gt;Witaj na kanale Satel&lt;/div&gt;&lt;div&gt;&lt;br&gt;&lt;/div&gt;&lt;div&gt;W dzisiejszym filmie, przedstawimy Wam rodzinę adresowalnych czujek dymu i ciepła, pokażemy także jak zamontować gniazdo, czujkę i wskaźnik zadziałania&amp;nbsp;&lt;/div&gt;" vertex="1">
          <mxGeometry height="200" width="330" x="3570" y="120" as="geometry" />
        </mxCell>
        <mxCell id="0qluF64Sdjj_I7BYTujH-18" parent="1" style="rounded=1;whiteSpace=wrap;html=1;align=left;fillColor=#b1ddf0;strokeColor=#10739e;" value="&lt;div align=&quot;left&quot;&gt;&lt;br&gt;&lt;/div&gt;&lt;div align=&quot;left&quot;&gt;DODAC SEKCJE Z RODZAJEM URZADZEN I KROTKIM OPISEM&lt;/div&gt;&lt;div align=&quot;left&quot;&gt;&lt;br&gt;&lt;/div&gt;&lt;div align=&quot;left&quot;&gt;&lt;br&gt;&lt;/div&gt;&lt;div align=&quot;left&quot;&gt;Widok na gniazdo i przewody, czujka i WZ leżą obok, już bez widocznego lektora, można strzałkami pokazywać lub śrubokrętem lokalizację złączy&lt;/div&gt;&lt;div align=&quot;left&quot;&gt;&lt;br&gt;&lt;/div&gt;&lt;div align=&quot;left&quot;&gt;Podstawę przymocowujemy do sufitu i przygotowujemy przewody. Przewody mogą być wprowadzone przez dno lub boki podstawy&amp;nbsp;(obrazki 1 i 2 z instrukcji) Możliwy jest&amp;nbsp;także montaż przy użyciu podstawy przemysłowej PDB-100 (rysunek 3)&lt;/div&gt;&lt;div align=&quot;left&quot;&gt;&lt;br&gt;&lt;/div&gt;&lt;div align=&quot;left&quot;&gt;Następnie do gniazda podłączamy przewody początku i końca pętli (obrazek 5)&amp;nbsp;&amp;nbsp;&lt;/div&gt;&lt;div align=&quot;left&quot;&gt;Komentarz:&lt;/div&gt;&lt;div align=&quot;left&quot;&gt;Zwróć uwagę na długości żył kabla i żyły ochronnej, Przewody nie powinny być zbyt długie, aby uniknąć przypadkowych przywarć do styków&amp;nbsp;&lt;/div&gt;&lt;div align=&quot;left&quot;&gt;&lt;br&gt;&lt;/div&gt;&lt;div align=&quot;left&quot;&gt;Jeśli do czujki ma być podłączony wskaźnik zadziałania WZ-110, podłączamy go zgodnie z instrukcja (rysunke 6)&lt;/div&gt;&lt;div align=&quot;left&quot;&gt;&lt;br&gt;&lt;/div&gt;" vertex="1">
          <mxGeometry height="410" width="330" x="3570" y="350" as="geometry" />
        </mxCell>
        <mxCell id="0qluF64Sdjj_I7BYTujH-19" parent="1" style="rounded=1;whiteSpace=wrap;html=1;fillColor=#b1ddf0;strokeColor=#10739e;" value="Tekst Polski" vertex="1">
          <mxGeometry height="60" width="330" x="3570" y="-40" as="geometry" />
        </mxCell>
        <mxCell id="0qluF64Sdjj_I7BYTujH-20" parent="1" style="rounded=1;whiteSpace=wrap;html=1;fillColor=#bac8d3;strokeColor=#23445d;" value="Tekst Angielski" vertex="1">
          <mxGeometry height="60" width="330" x="3940" y="-40" as="geometry" />
        </mxCell>
        <mxCell id="0qluF64Sdjj_I7BYTujH-21" parent="1" style="rounded=1;whiteSpace=wrap;html=1;fillColor=#b0e3e6;strokeColor=#0e8088;" value="Scenariusz 4 - SDA-250" vertex="1">
          <mxGeometry height="60" width="700" x="3570" y="-120" as="geometry" />
        </mxCell>
        <mxCell id="0qluF64Sdjj_I7BYTujH-22" parent="1" style="rounded=1;whiteSpace=wrap;html=1;align=left;fillColor=#b1ddf0;strokeColor=#10739e;" value="&lt;div&gt;Chwilowy widok na gotową centralę, komentarz lektora:&lt;/div&gt;&lt;div&gt;1) W tym momencie czujka i wskaźnik zadziałania zostały poprawnie podłączony do centrali&lt;/div&gt;&lt;div&gt;2)&amp;nbsp;Oczywiście teraz pozostało nam identyfikacja &lt;br/&gt;urządzeń w systemie, ale na to zapraszamy do kolejnego odcinka&lt;/div&gt;&lt;div&gt;3)Jeśli materiał Ci się podobał, zostaw kciuk w górę. Masz uwagi, sugestie lub propozycje odcinka? Zostaw komentarz pod filmem. Dzięki za uwagę i do zobaczenia&lt;/div&gt;" vertex="1">
          <mxGeometry height="160" width="330" x="3570" y="1480" as="geometry" />
        </mxCell>
        <mxCell id="0qluF64Sdjj_I7BYTujH-23" parent="1" style="rounded=1;whiteSpace=wrap;html=1;fillColor=#b0e3e6;strokeColor=#0e8088;" value="Satel Fire jakaś animacja wieńcząca dzieło" vertex="1">
          <mxGeometry height="60" width="700" x="3570" y="1670" as="geometry" />
        </mxCell>
        <mxCell id="0qluF64Sdjj_I7BYTujH-24" parent="1" style="rounded=1;whiteSpace=wrap;html=1;align=left;fillColor=#bac8d3;strokeColor=#23445d;" value="&lt;div&gt;Chwilowy widok na gotową centralę, komentarz lektora:&lt;/div&gt;&lt;div&gt;1) At this moment, our sensor and indicator are correctly connected to the control panel&lt;/div&gt;&lt;div&gt;2)&amp;nbsp; Obviosly now all we have to is add our devices to the panel. But this will be covered in our next video.&lt;/div&gt;&lt;div&gt;3) If you liked this material, leave a thumbs up. Have a suggestion, video proposition ? Leave a comment and subscribe to this channel, not to miss next episode.Stay safe and see you in the next video&lt;/div&gt;" vertex="1">
          <mxGeometry height="160" width="330" x="3940" y="1480" as="geometry" />
        </mxCell>
        <mxCell id="0qluF64Sdjj_I7BYTujH-25" parent="1" style="rounded=1;whiteSpace=wrap;html=1;fillColor=#bac8d3;strokeColor=#23445d;" value="How to install DB-400 dectector base, DMP-400 smoke and heat detector and WZ-110 alarm indicator" vertex="1">
          <mxGeometry height="60" width="330" x="3940" y="40" as="geometry" />
        </mxCell>
        <mxCell id="0qluF64Sdjj_I7BYTujH-26" parent="1" style="rounded=1;whiteSpace=wrap;html=1;fillColor=#bac8d3;strokeColor=#23445d;" value="&lt;div&gt;Widok na centralę z elementami na tablicy, stojący lektor wita się i mówi:&lt;/div&gt;&lt;div&gt;&quot;Welcome to Satel channel&lt;/div&gt;&lt;div&gt;&lt;br&gt;&lt;/div&gt;&lt;div&gt;In today&#39;s video, we will present you family of addressable smoke and heat detectors, we will also show how to install detector base and connect alarm indicator&amp;nbsp;&lt;/div&gt;" vertex="1">
          <mxGeometry height="200" width="330" x="3940" y="120" as="geometry" />
        </mxCell>
        <mxCell id="0qluF64Sdjj_I7BYTujH-27" parent="1" style="rounded=1;whiteSpace=wrap;html=1;align=left;fillColor=#bac8d3;strokeColor=#23445d;" value="&lt;br&gt;&lt;div align=&quot;left&quot;&gt;&lt;br&gt;&lt;/div&gt;&lt;div align=&quot;left&quot;&gt;&lt;br&gt;&lt;br&gt;&lt;/div&gt;" vertex="1">
          <mxGeometry height="280" width="330" x="3940" y="350" as="geometry" />
        </mxCell>
        <mxCell id="0qluF64Sdjj_I7BYTujH-28" parent="1" style="rounded=1;whiteSpace=wrap;html=1;align=left;fillColor=#bac8d3;strokeColor=#23445d;" value="" vertex="1">
          <mxGeometry height="430" width="330" x="3940" y="790" as="geometry" />
        </mxCell>
      </root>
    </mxGraphModel>
  </diagram>
</mxfile>
